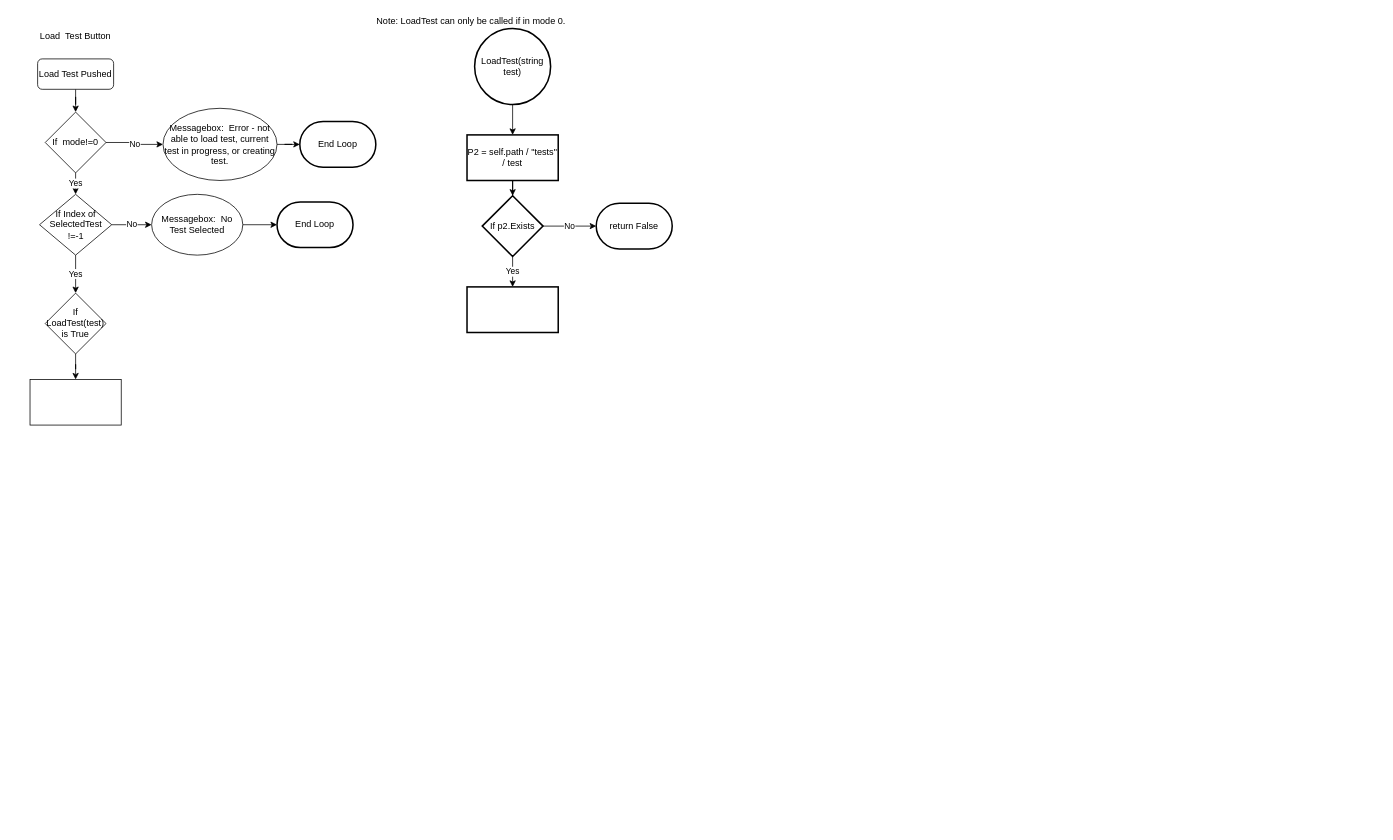
calebschmurr/AUNA_Test_Box keeps this draw.io diagram as page "Load_Test_Button" (1 of 4) of Computer_App/Load_Test_Tab.drawio. Above is the earlier version. Source tidied: cells renumbered, new cells numbered last; positions are measured from the earlier drawing's top-left corner, leaving out a move shared by most shapes. Both pictures are drawn from the tidied source at 76%, with x=0, y=0 at pixel (30, 13).
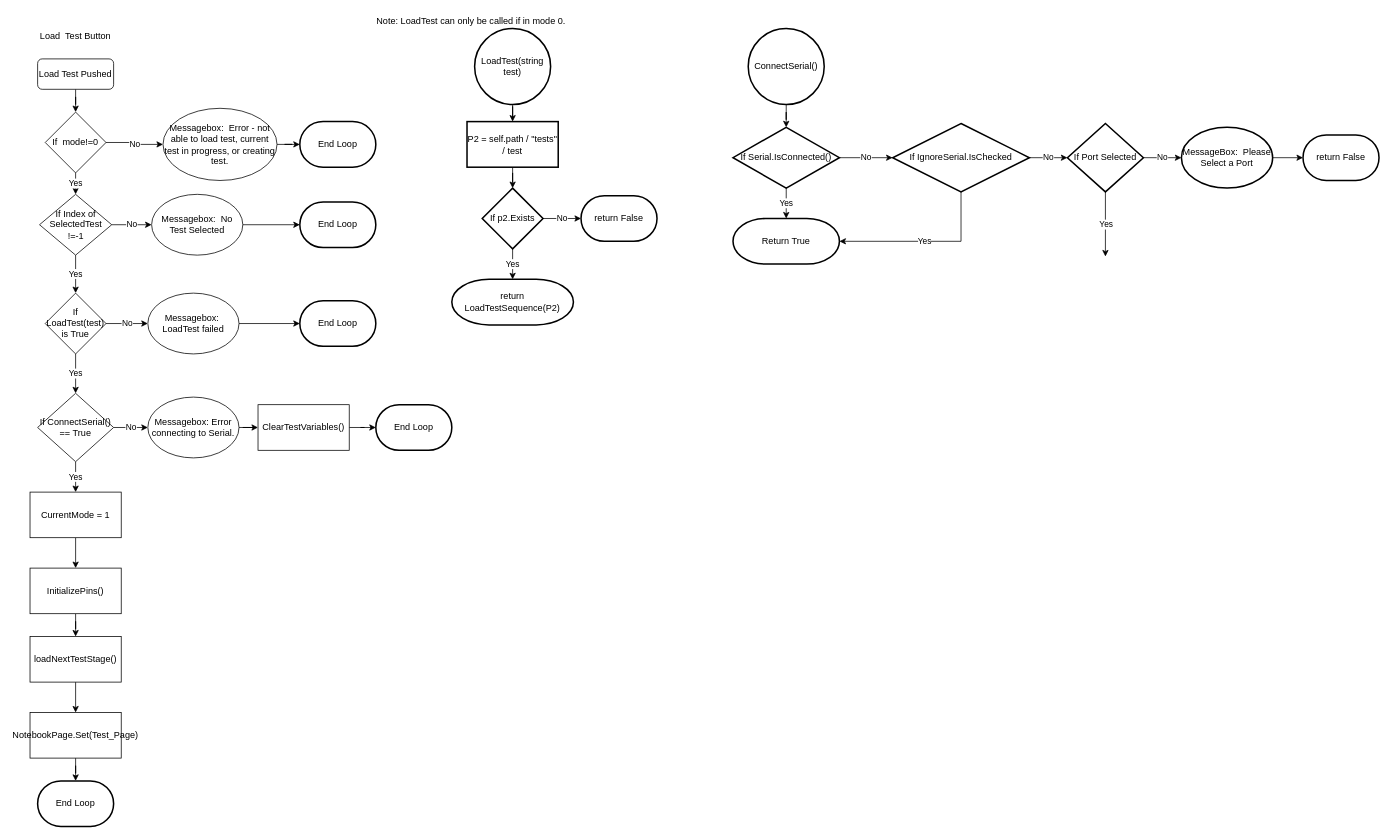
After the change.

Unchanged cells that the change refers to:
```xml
<mxCell id="11" value="If LoadTest(test) is True" style="rhombus;whiteSpace=wrap;html=1;" parent="1" vertex="1">
  <mxGeometry x="20" y="368.2" width="80" height="80" as="geometry" />
</mxCell>
```

Change to the diagram source:
```diff
@@
-    <mxCell id="10" style="edgeStyle=orthogonalEdgeStyle;rounded=0;jettySize=auto;html=1;" parent="1" edge="1" source="11" target="12">
-      <mxGeometry relative="1" as="geometry" />
-    </mxCell>
+    <mxCell id="30" value="Yes" style="edgeStyle=orthogonalEdgeStyle;rounded=0;jettySize=auto;html=1;" parent="1" edge="1" source="11" target="35">
+      <mxGeometry relative="1" as="geometry" />
+    </mxCell>
+    <mxCell id="31" value="No" style="edgeStyle=orthogonalEdgeStyle;rounded=0;jettySize=auto;html=1;" parent="1" edge="1" source="11" target="38">
+      <mxGeometry relative="1" as="geometry" />
+    </mxCell>
@@
+    <mxCell id="32" style="edgeStyle=orthogonalEdgeStyle;rounded=0;jettySize=auto;html=1;" parent="1" edge="1" source="12" target="50">
+      <mxGeometry relative="1" as="geometry" />
+    </mxCell>
-    <mxCell id="12" style="whiteSpace=wrap;html=1;" parent="1" vertex="1">
-      <mxGeometry y="481.8" width="120" height="60" as="geometry" />
+    <mxCell id="12" value="loadNextTestStage()" style="whiteSpace=wrap;html=1;" parent="1" vertex="1">
+      <mxGeometry y="820" width="120" height="60" as="geometry" />
     </mxCell>
     <mxCell id="13" value="End Loop" style="strokeWidth=2;html=1;shape=mxgraph.flowchart.terminator;whiteSpace=wrap;" parent="1" vertex="1">
-      <mxGeometry x="325" y="248.2" width="100" height="60" as="geometry" />
+      <mxGeometry x="355" y="248.2" width="100" height="60" as="geometry" />
     </mxCell>
@@
     <mxCell id="17" value="P2 = self.path / &quot;tests&quot; / test" style="whiteSpace=wrap;html=1;strokeWidth=2;" parent="1" vertex="1">
-      <mxGeometry x="575" y="160" width="120" height="60" as="geometry" />
+      <mxGeometry x="575" y="142.5" width="120" height="60" as="geometry" />
     </mxCell>
@@
-    <mxCell id="19" value="Yes" style="edgeStyle=orthogonalEdgeStyle;rounded=0;jettySize=auto;html=1;" parent="1" edge="1" source="20" target="22">
-      <mxGeometry relative="1" as="geometry" />
+    <mxCell id="19" value="Yes" style="edgeStyle=orthogonalEdgeStyle;rounded=0;jettySize=auto;html=1;" parent="1" edge="1" source="20">
+      <mxGeometry relative="1" as="geometry">
+        <mxPoint x="635" y="350" as="targetPoint" />
+      </mxGeometry>
     </mxCell>
     <mxCell id="20" value="If p2.Exists" style="rhombus;whiteSpace=wrap;html=1;strokeWidth=2;" parent="1" vertex="1">
-      <mxGeometry x="595" y="240" width="80" height="80" as="geometry" />
+      <mxGeometry x="595" y="230" width="80" height="80" as="geometry" />
     </mxCell>
     <mxCell id="21" value="return False" style="strokeWidth=2;html=1;shape=mxgraph.flowchart.terminator;whiteSpace=wrap;" parent="1" vertex="1">
-      <mxGeometry x="745" y="250" width="100" height="60" as="geometry" />
+      <mxGeometry x="725" y="240" width="100" height="60" as="geometry" />
     </mxCell>
-    <mxCell id="22" style="whiteSpace=wrap;html=1;strokeWidth=2;" parent="1" vertex="1">
-      <mxGeometry x="575" y="360" width="120" height="60" as="geometry" />
-    </mxCell>
@@
+    <mxCell id="33" value="No" style="edgeStyle=orthogonalEdgeStyle;rounded=0;jettySize=auto;html=1;" parent="1" edge="1" source="35" target="41">
+      <mxGeometry relative="1" as="geometry" />
+    </mxCell>
+    <mxCell id="34" value="Yes" style="edgeStyle=orthogonalEdgeStyle;rounded=0;jettySize=auto;html=1;" parent="1" edge="1" source="35" target="46">
+      <mxGeometry relative="1" as="geometry" />
+    </mxCell>
+    <mxCell id="35" value="If ConnectSerial() == True" style="rhombus;whiteSpace=wrap;html=1;strokeWidth=1;" parent="1" vertex="1">
+      <mxGeometry x="10" y="500" width="100" height="90" as="geometry" />
+    </mxCell>
+    <mxCell id="36" value="return LoadTestSequence(P2)" style="strokeWidth=2;html=1;shape=mxgraph.flowchart.terminator;whiteSpace=wrap;" parent="1" vertex="1">
+      <mxGeometry x="555" y="350" width="160" height="60" as="geometry" />
+    </mxCell>
+    <mxCell id="37" style="edgeStyle=orthogonalEdgeStyle;rounded=0;jettySize=auto;html=1;" parent="1" edge="1" source="38" target="39">
+      <mxGeometry relative="1" as="geometry" />
+    </mxCell>
+    <mxCell id="38" value="Messagebox:&amp;nbsp; LoadTest failed" style="ellipse;whiteSpace=wrap;html=1;" parent="1" vertex="1">
+      <mxGeometry x="155" y="368.2" width="120" height="80" as="geometry" />
+    </mxCell>
+    <mxCell id="39" value="End Loop" style="strokeWidth=2;html=1;shape=mxgraph.flowchart.terminator;whiteSpace=wrap;" parent="1" vertex="1">
+      <mxGeometry x="355" y="378.2" width="100" height="60" as="geometry" />
+    </mxCell>
+    <mxCell id="40" style="edgeStyle=orthogonalEdgeStyle;rounded=0;jettySize=auto;html=1;" parent="1" edge="1" source="41" target="43">
+      <mxGeometry relative="1" as="geometry" />
+    </mxCell>
+    <mxCell id="41" value="Messagebox: Error connecting to Serial." style="ellipse;whiteSpace=wrap;html=1;strokeWidth=1;" parent="1" vertex="1">
+      <mxGeometry x="155" y="505" width="120" height="80" as="geometry" />
+    </mxCell>
+    <mxCell id="42" style="edgeStyle=orthogonalEdgeStyle;rounded=0;jettySize=auto;html=1;" parent="1" edge="1" source="43" target="44">
+      <mxGeometry relative="1" as="geometry" />
+    </mxCell>
+    <mxCell id="43" value="ClearTestVariables()" style="whiteSpace=wrap;html=1;strokeWidth=1;" parent="1" vertex="1">
+      <mxGeometry x="300" y="515" width="120" height="60" as="geometry" />
+    </mxCell>
+    <mxCell id="44" value="End Loop" style="strokeWidth=2;html=1;shape=mxgraph.flowchart.terminator;whiteSpace=wrap;" parent="1" vertex="1">
+      <mxGeometry x="455" y="515" width="100" height="60" as="geometry" />
+    </mxCell>
+    <mxCell id="45" style="edgeStyle=orthogonalEdgeStyle;rounded=0;jettySize=auto;html=1;" parent="1" edge="1" source="46" target="48">
+      <mxGeometry relative="1" as="geometry" />
+    </mxCell>
+    <mxCell id="46" value="CurrentMode = 1" style="whiteSpace=wrap;html=1;strokeWidth=1;" parent="1" vertex="1">
+      <mxGeometry y="630" width="120" height="60" as="geometry" />
+    </mxCell>
+    <mxCell id="47" style="edgeStyle=orthogonalEdgeStyle;rounded=0;jettySize=auto;html=1;" parent="1" edge="1" source="48" target="12">
+      <mxGeometry relative="1" as="geometry" />
+    </mxCell>
+    <mxCell id="48" value="InitializePins()" style="whiteSpace=wrap;html=1;" parent="1" vertex="1">
+      <mxGeometry y="730" width="120" height="60" as="geometry" />
+    </mxCell>
+    <mxCell id="49" style="edgeStyle=orthogonalEdgeStyle;rounded=0;jettySize=auto;html=1;" parent="1" edge="1" source="50" target="51">
+      <mxGeometry relative="1" as="geometry" />
+    </mxCell>
+    <mxCell id="50" value="NotebookPage.Set(Test_Page)" style="whiteSpace=wrap;html=1;" parent="1" vertex="1">
+      <mxGeometry y="920" width="120" height="60" as="geometry" />
+    </mxCell>
+    <mxCell id="51" value="End Loop" style="strokeWidth=2;html=1;shape=mxgraph.flowchart.terminator;whiteSpace=wrap;" parent="1" vertex="1">
+      <mxGeometry x="10" y="1010" width="100" height="60" as="geometry" />
+    </mxCell>
+    <mxCell id="52" style="edgeStyle=orthogonalEdgeStyle;rounded=0;jettySize=auto;html=1;" parent="1" edge="1" source="53" target="56">
+      <mxGeometry relative="1" as="geometry" />
+    </mxCell>
+    <mxCell id="53" value="ConnectSerial()" style="strokeWidth=2;html=1;shape=mxgraph.flowchart.start_2;whiteSpace=wrap;" parent="1" vertex="1">
+      <mxGeometry x="945" y="20" width="100" height="100" as="geometry" />
+    </mxCell>
+    <mxCell id="54" value="Yes" style="edgeStyle=orthogonalEdgeStyle;rounded=0;jettySize=auto;html=1;" parent="1" edge="1" source="56" target="57">
+      <mxGeometry relative="1" as="geometry" />
+    </mxCell>
+    <mxCell id="55" value="No" style="edgeStyle=orthogonalEdgeStyle;rounded=0;jettySize=auto;html=1;" parent="1" edge="1" source="56" target="60">
+      <mxGeometry relative="1" as="geometry" />
+    </mxCell>
+    <mxCell id="56" value="If Serial.IsConnected()" style="rhombus;whiteSpace=wrap;html=1;strokeWidth=2;" parent="1" vertex="1">
+      <mxGeometry x="925" y="150" width="140" height="80" as="geometry" />
+    </mxCell>
+    <mxCell id="57" value="Return True" style="strokeWidth=2;html=1;shape=mxgraph.flowchart.terminator;whiteSpace=wrap;" parent="1" vertex="1">
+      <mxGeometry x="925" y="270" width="140" height="60" as="geometry" />
+    </mxCell>
+    <mxCell id="58" value="Yes" style="edgeStyle=orthogonalEdgeStyle;rounded=0;jettySize=auto;html=1;exitX=0.5;exitY=1;exitDx=0;exitDy=0;entryX=1;entryY=0.5;entryDx=0;entryDy=0;entryPerimeter=0;" parent="1" edge="1" source="60" target="57">
+      <mxGeometry relative="1" as="geometry" />
+    </mxCell>
+    <mxCell id="59" value="No" style="edgeStyle=orthogonalEdgeStyle;rounded=0;jettySize=auto;html=1;" parent="1" edge="1" source="60" target="63">
+      <mxGeometry relative="1" as="geometry" />
+    </mxCell>
+    <mxCell id="60" value="If IgnoreSerial.IsChecked" style="rhombus;whiteSpace=wrap;html=1;strokeWidth=2;" parent="1" vertex="1">
+      <mxGeometry x="1135" y="145" width="180" height="90" as="geometry" />
+    </mxCell>
+    <mxCell id="61" value="Yes" style="edgeStyle=orthogonalEdgeStyle;rounded=0;jettySize=auto;html=1;" parent="1" edge="1" source="63">
+      <mxGeometry relative="1" as="geometry">
+        <mxPoint x="1415" y="320" as="targetPoint" />
+      </mxGeometry>
+    </mxCell>
+    <mxCell id="62" value="No" style="edgeStyle=orthogonalEdgeStyle;rounded=0;jettySize=auto;html=1;" parent="1" edge="1" source="63" target="65">
+      <mxGeometry relative="1" as="geometry" />
+    </mxCell>
+    <mxCell id="63" value="If Port Selected" style="rhombus;whiteSpace=wrap;html=1;strokeWidth=2;" parent="1" vertex="1">
+      <mxGeometry x="1365" y="145" width="100" height="90" as="geometry" />
+    </mxCell>
+    <mxCell id="64" style="edgeStyle=orthogonalEdgeStyle;rounded=0;jettySize=auto;html=1;" parent="1" edge="1" source="65" target="66">
+      <mxGeometry relative="1" as="geometry" />
+    </mxCell>
+    <mxCell id="65" value="MessageBox:&amp;nbsp; Please Select a Port" style="ellipse;whiteSpace=wrap;html=1;strokeWidth=2;" parent="1" vertex="1">
+      <mxGeometry x="1515" y="150" width="120" height="80" as="geometry" />
+    </mxCell>
+    <mxCell id="66" value="return False" style="strokeWidth=2;html=1;shape=mxgraph.flowchart.terminator;whiteSpace=wrap;" parent="1" vertex="1">
+      <mxGeometry x="1675" y="160" width="100" height="60" as="geometry" />
+    </mxCell>
```
